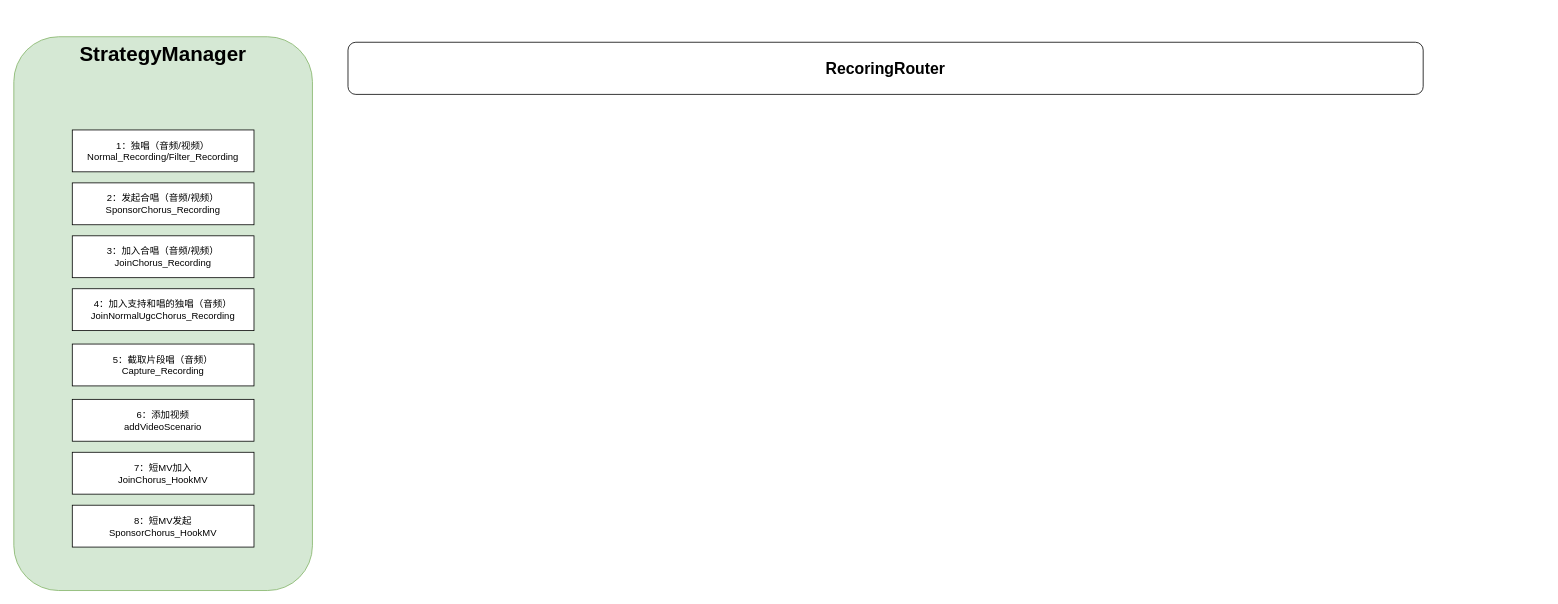
MolierQueen/Xmind keeps this draw.io diagram as newre.drawio. Above is the earlier version. Source tidied: cells renumbered, new cells numbered last; positions are measured from the earlier drawing's top-left corner, leaving out a move shared by most shapes. Both pictures are drawn from the tidied source at 79%, with x=0, y=0 at pixel (13, 36).
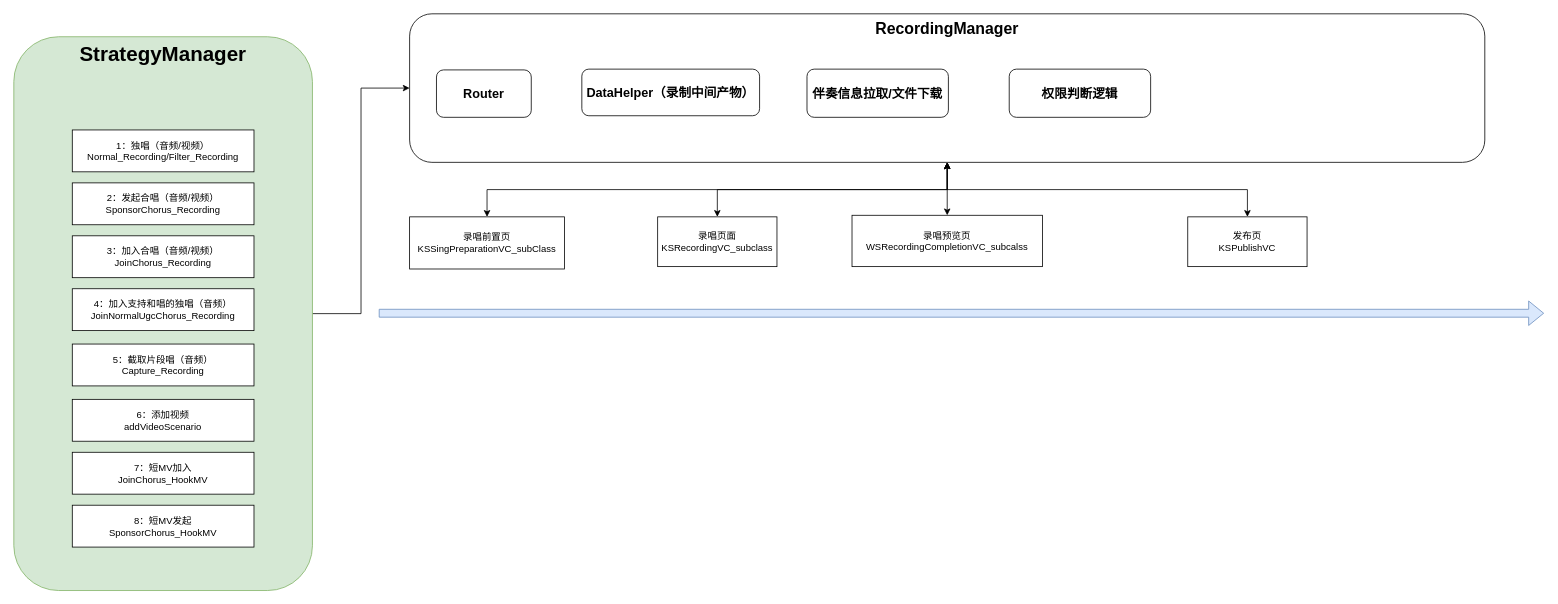
After the change.

Unchanged cells that the change refers to:
```xml
<mxCell id="2" value="&lt;b&gt;&lt;font style=&quot;font-size: 26px&quot;&gt;StrategyManager&lt;/font&gt;&lt;/b&gt;" style="rounded=1;whiteSpace=wrap;html=1;verticalAlign=top;fillColor=#d5e8d4;strokeColor=#82b366;" parent="1" vertex="1">
  <mxGeometry width="378" height="701" as="geometry" />
</mxCell>
```

The edit, as a diff of the source:
```diff
@@
+    <mxCell id="15" style="edgeStyle=orthogonalEdgeStyle;rounded=0;jettySize=auto;html=1;exitX=1;exitY=0.5;exitDx=0;exitDy=0;entryX=0;entryY=0.5;entryDx=0;entryDy=0;fontSize=16;" parent="1" edge="1" source="2" target="14">
+      <mxGeometry relative="1" as="geometry" />
+    </mxCell>
@@
-    <mxCell id="14" value="&lt;b&gt;&lt;font style=&quot;font-size: 20px&quot;&gt;RecoringRouter&lt;/font&gt;&lt;/b&gt;" style="rounded=1;whiteSpace=wrap;html=1;" parent="1" vertex="1">
-      <mxGeometry x="423" y="7" width="1361" height="66" as="geometry" />
+    <mxCell id="14" value="&lt;b&gt;&lt;font style=&quot;font-size: 20px&quot;&gt;RecordingManager&lt;/font&gt;&lt;/b&gt;" style="rounded=1;whiteSpace=wrap;html=1;verticalAlign=top;" parent="1" vertex="1">
+      <mxGeometry x="501" y="-29" width="1361" height="188" as="geometry" />
     </mxCell>
+    <mxCell id="16" style="edgeStyle=orthogonalEdgeStyle;rounded=0;jettySize=auto;html=1;exitX=0.5;exitY=0;exitDx=0;exitDy=0;entryX=0.5;entryY=1;entryDx=0;entryDy=0;fontSize=16;startArrow=classic;startFill=1;" parent="1" edge="1" source="17" target="14">
+      <mxGeometry relative="1" as="geometry" />
+    </mxCell>
+    <mxCell id="17" value="&lt;div&gt;录唱前置页&lt;/div&gt;&lt;div&gt;KSSingPreparationVC_subClass&lt;/div&gt;" style="rounded=0;whiteSpace=wrap;html=1;" parent="1" vertex="1">
+      <mxGeometry x="501" y="228" width="196" height="66" as="geometry" />
+    </mxCell>
+    <mxCell id="18" value="Router" style="rounded=1;whiteSpace=wrap;html=1;verticalAlign=middle;fontStyle=1;fontSize=16;" parent="1" vertex="1">
+      <mxGeometry x="535" y="42" width="120" height="60" as="geometry" />
+    </mxCell>
+    <mxCell id="19" value="DataHelper（录制中间产物）" style="rounded=1;whiteSpace=wrap;html=1;verticalAlign=middle;fontStyle=1;fontSize=16;" parent="1" vertex="1">
+      <mxGeometry x="719" y="41" width="225" height="59" as="geometry" />
+    </mxCell>
+    <mxCell id="20" value="伴奏信息拉取/文件下载" style="rounded=1;whiteSpace=wrap;html=1;verticalAlign=middle;fontStyle=1;fontSize=16;" parent="1" vertex="1">
+      <mxGeometry x="1004" y="41" width="179" height="61" as="geometry" />
+    </mxCell>
+    <mxCell id="21" style="edgeStyle=orthogonalEdgeStyle;rounded=0;jettySize=auto;html=1;exitX=0.5;exitY=0;exitDx=0;exitDy=0;entryX=0.5;entryY=1;entryDx=0;entryDy=0;fontSize=16;startArrow=classic;startFill=1;" parent="1" edge="1" source="22" target="14">
+      <mxGeometry relative="1" as="geometry" />
+    </mxCell>
+    <mxCell id="22" value="录唱页面&lt;br&gt;KSRecordingVC_subclass" style="rounded=0;whiteSpace=wrap;html=1;" parent="1" vertex="1">
+      <mxGeometry x="815" y="228" width="151" height="63" as="geometry" />
+    </mxCell>
+    <mxCell id="23" style="edgeStyle=orthogonalEdgeStyle;rounded=0;jettySize=auto;html=1;exitX=0.5;exitY=0;exitDx=0;exitDy=0;entryX=0.5;entryY=1;entryDx=0;entryDy=0;fontSize=16;startArrow=classic;startFill=1;" parent="1" edge="1" source="24" target="14">
+      <mxGeometry relative="1" as="geometry" />
+    </mxCell>
+    <mxCell id="24" value="录唱预览页&lt;br&gt;WSRecordingCompletionVC_subcalss" style="rounded=0;whiteSpace=wrap;html=1;" parent="1" vertex="1">
+      <mxGeometry x="1061" y="226" width="241" height="65" as="geometry" />
+    </mxCell>
+    <mxCell id="25" style="edgeStyle=orthogonalEdgeStyle;rounded=0;jettySize=auto;html=1;exitX=0.5;exitY=0;exitDx=0;exitDy=0;entryX=0.5;entryY=1;entryDx=0;entryDy=0;fontSize=16;startArrow=classic;startFill=1;" parent="1" edge="1" source="26" target="14">
+      <mxGeometry relative="1" as="geometry" />
+    </mxCell>
+    <mxCell id="26" value="发布页&#10;KSPublishVC" style="rounded=0;whiteSpace=wrap;html=1;" parent="1" vertex="1">
+      <mxGeometry x="1486" y="228" width="151" height="63" as="geometry" />
+    </mxCell>
+    <mxCell id="27" style="shape=flexArrow;endArrow=classic;html=1;fontSize=16;fillColor=#dae8fc;strokeColor=#6c8ebf;" parent="1" edge="1">
+      <mxGeometry relative="1" as="geometry">
+        <mxPoint x="462" y="350" as="sourcePoint" />
+        <mxPoint x="1937" y="350" as="targetPoint" />
+      </mxGeometry>
+    </mxCell>
+    <mxCell id="28" value="权限判断逻辑" style="rounded=1;whiteSpace=wrap;html=1;verticalAlign=middle;fontStyle=1;fontSize=16;" parent="1" vertex="1">
+      <mxGeometry x="1260" y="41" width="179" height="61" as="geometry" />
+    </mxCell>
```
